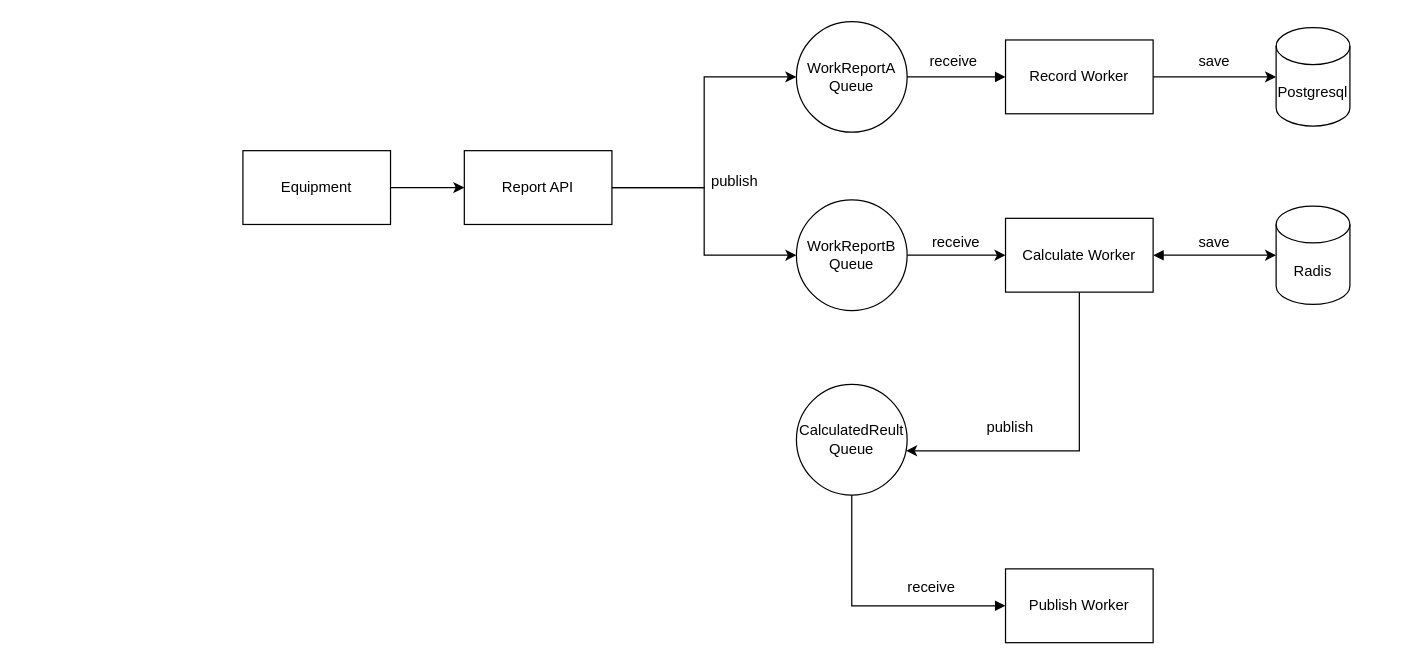
Above: workReport.drawio in LIN-CHIN/work-report (draw.io), before the change. Source tidied: cells renumbered, new cells numbered last; positions are measured from the earlier drawing's top-left corner, leaving out a move shared by most shapes. Both pictures are drawn from the tidied source at 123%, with x=0, y=0 at pixel (242, 21).
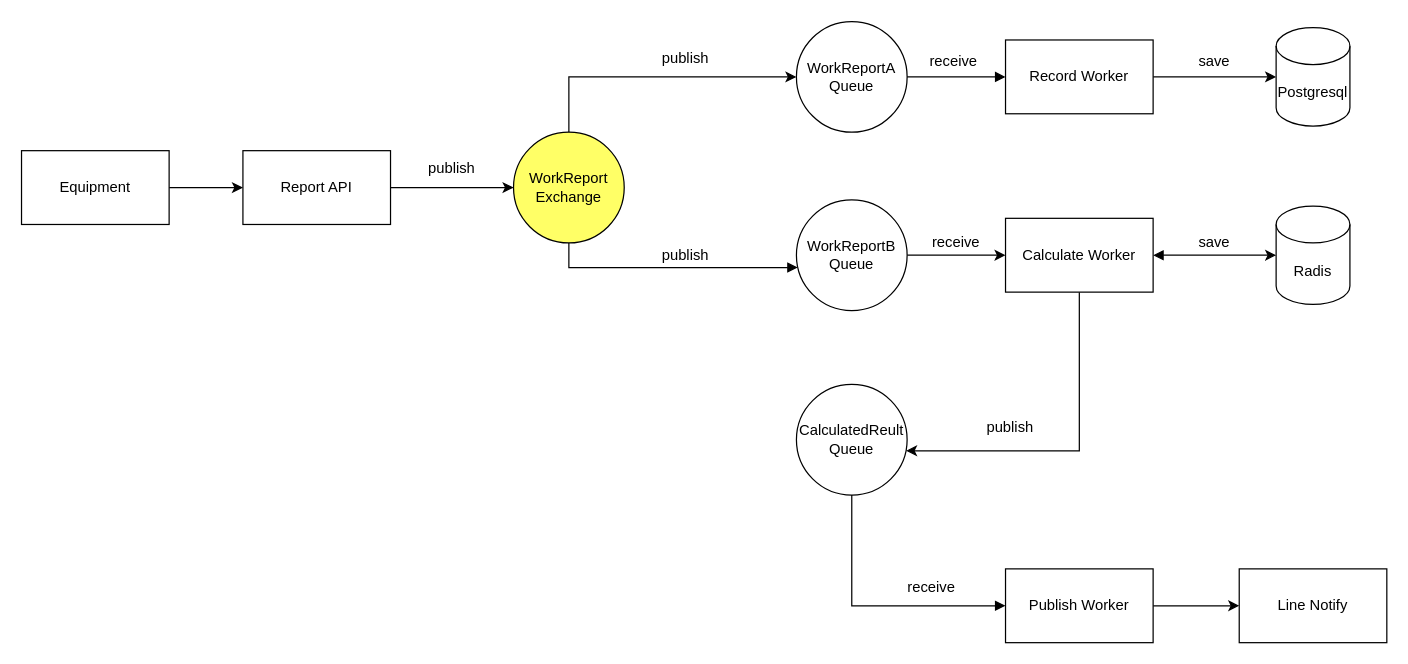
Above is the later version.

Commit message:
feat: add exchange and line notify

Unchanged cells that the change refers to:
```xml
<mxCell id="5" value="WorkReportA Queue" style="ellipse;whiteSpace=wrap;html=1;" parent="1" vertex="1">
  <mxGeometry x="450" width="90" height="90" as="geometry" />
</mxCell>
<mxCell id="16" value="Publish Worker" style="rounded=0;whiteSpace=wrap;html=1;" parent="1" vertex="1">
  <mxGeometry x="620" y="445" width="120" height="60" as="geometry" />
</mxCell>
<mxCell id="27" value="WorkReportB Queue" style="ellipse;whiteSpace=wrap;html=1;" parent="1" vertex="1">
  <mxGeometry x="450" y="145" width="90" height="90" as="geometry" />
</mxCell>
```

Diff of the diagram source:
```diff
@@
-    <mxCell id="2" style="edgeStyle=orthogonalEdgeStyle;rounded=0;jettySize=auto;html=1;entryX=0;entryY=0.5;entryDx=0;entryDy=0;" parent="1" edge="1" source="4" target="5">
-      <mxGeometry relative="1" as="geometry" />
-    </mxCell>
-    <mxCell id="3" style="edgeStyle=orthogonalEdgeStyle;rounded=0;jettySize=auto;html=1;" parent="1" edge="1" source="4" target="27">
-      <mxGeometry relative="1" as="geometry" />
-    </mxCell>
+    <mxCell id="28" style="edgeStyle=orthogonalEdgeStyle;rounded=0;jettySize=auto;html=1;entryX=0;entryY=0.5;entryDx=0;entryDy=0;" parent="1" edge="1" source="4" target="32">
+      <mxGeometry relative="1" as="geometry" />
+    </mxCell>
     <mxCell id="4" value="Report API" style="rounded=0;whiteSpace=wrap;html=1;" parent="1" vertex="1">
-      <mxGeometry x="180" y="105" width="120" height="60" as="geometry" />
+      <mxGeometry y="105" width="120" height="60" as="geometry" />
     </mxCell>
+    <mxCell id="29" style="edgeStyle=orthogonalEdgeStyle;rounded=0;jettySize=auto;html=1;entryX=0.5;entryY=0;entryDx=0;entryDy=0;startArrow=classic;startFill=1;endArrow=none;endFill=0;" parent="1" edge="1" source="5" target="32">
+      <mxGeometry relative="1" as="geometry" />
+    </mxCell>
@@
+    <mxCell id="30" style="edgeStyle=orthogonalEdgeStyle;rounded=0;jettySize=auto;html=1;entryX=0;entryY=0.5;entryDx=0;entryDy=0;" parent="1" edge="1" source="16" target="35">
+      <mxGeometry relative="1" as="geometry" />
+    </mxCell>
@@
     <mxCell id="17" value="publish" style="text;html=1;strokeColor=none;fillColor=none;align=center;verticalAlign=middle;whiteSpace=wrap;rounded=0;" parent="1" vertex="1">
-      <mxGeometry x="370" y="115" width="60" height="30" as="geometry" />
+      <mxGeometry x="140" y="105" width="60" height="30" as="geometry" />
     </mxCell>
@@
     <mxCell id="25" value="Equipment" style="rounded=0;whiteSpace=wrap;html=1;" parent="1" vertex="1">
-      <mxGeometry y="105" width="120" height="60" as="geometry" />
+      <mxGeometry x="-180" y="105" width="120" height="60" as="geometry" />
     </mxCell>
@@
+    <mxCell id="31" style="edgeStyle=orthogonalEdgeStyle;rounded=0;jettySize=auto;html=1;entryX=0.5;entryY=1;entryDx=0;entryDy=0;startArrow=block;startFill=1;endArrow=none;endFill=0;" parent="1" edge="1" source="27" target="32">
+      <mxGeometry relative="1" as="geometry">
+        <Array as="points">
+          <mxPoint x="265" y="200" />
+        </Array>
+      </mxGeometry>
+    </mxCell>
@@
+    <mxCell id="32" value="WorkReport&lt;br&gt;Exchange" style="ellipse;whiteSpace=wrap;html=1;fillColor=#FFFF66;" parent="1" vertex="1">
+      <mxGeometry x="220" y="90" width="90" height="90" as="geometry" />
+    </mxCell>
+    <mxCell id="33" value="publish" style="text;html=1;strokeColor=none;fillColor=none;align=center;verticalAlign=middle;whiteSpace=wrap;rounded=0;" parent="1" vertex="1">
+      <mxGeometry x="330" y="15" width="60" height="30" as="geometry" />
+    </mxCell>
+    <mxCell id="34" value="publish" style="text;html=1;strokeColor=none;fillColor=none;align=center;verticalAlign=middle;whiteSpace=wrap;rounded=0;" parent="1" vertex="1">
+      <mxGeometry x="330" y="175" width="60" height="30" as="geometry" />
+    </mxCell>
+    <mxCell id="35" value="Line Notify" style="rounded=0;whiteSpace=wrap;html=1;" parent="1" vertex="1">
+      <mxGeometry x="810" y="445" width="120" height="60" as="geometry" />
+    </mxCell>
```
